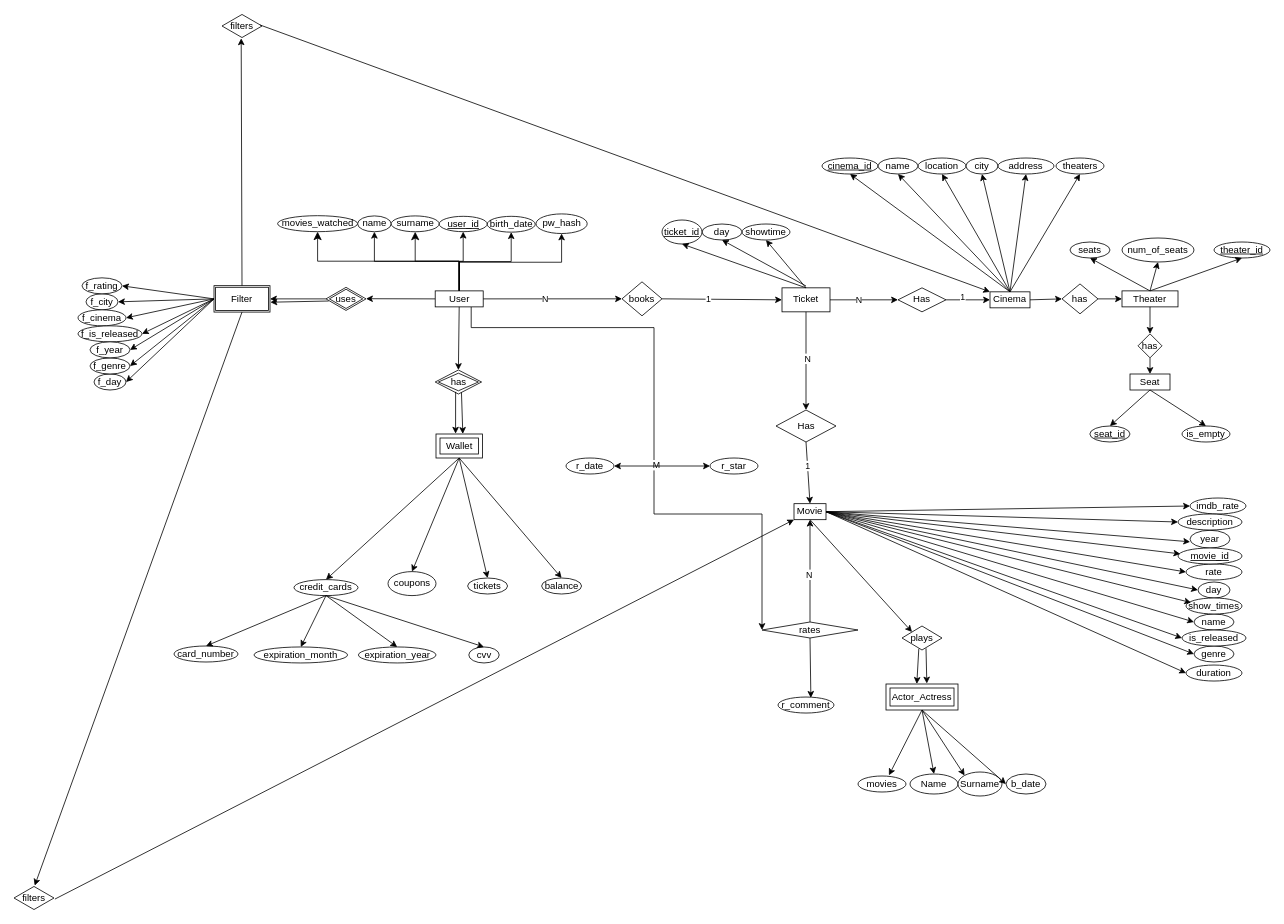
kelma01/dbms_project keeps this draw.io diagram as proje_diagram.drawio. Above is the earlier version. Source tidied: cells renumbered, new cells numbered last; positions are measured from the earlier drawing's top-left corner, leaving out a move shared by most shapes. Both pictures are drawn from the tidied source at 80%, with x=0, y=0 at pixel (14, 14).
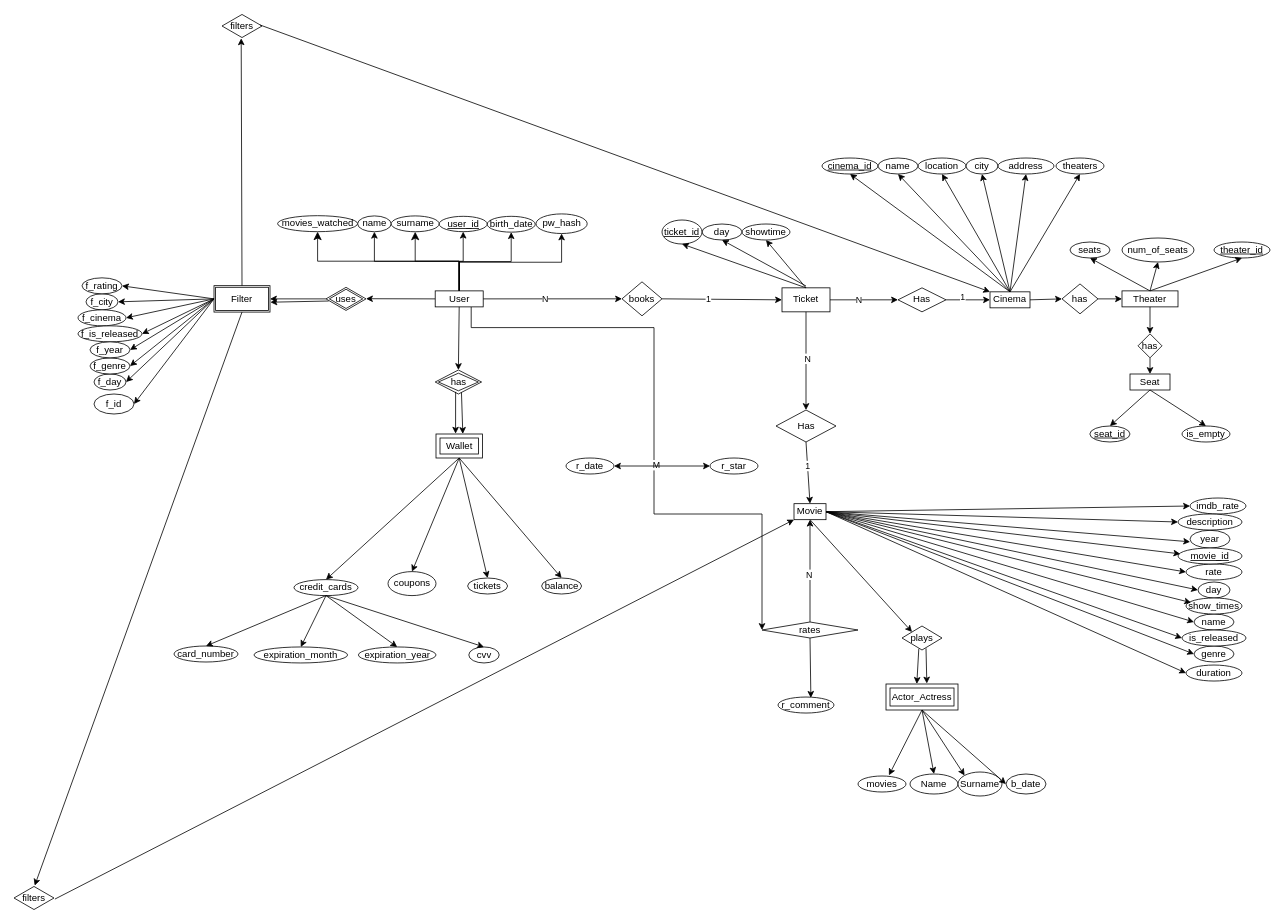
The same page after the edit.

Commit message:
filter_id eklendi

The change refers to these unchanged cells:
```xml
<mxCell id="152" value="Filter" style="shape=ext;double=1;rounded=0;whiteSpace=wrap;html=1;" parent="1" vertex="1">
  <mxGeometry x="250" y="339.6" width="70" height="33" as="geometry" />
</mxCell>
```

The edit, as a diff of the source:
```diff
@@
+    <mxCell id="163" value="f_id" style="ellipse;whiteSpace=wrap;html=1;" parent="1" vertex="1">
+      <mxGeometry x="100" y="475" width="50" height="25" as="geometry" />
+    </mxCell>
+    <mxCell id="164" style="endArrow=classic;html=1;exitX=0;exitY=0.5;exitDx=0;exitDy=0;entryX=1;entryY=0.5;entryDx=0;entryDy=0;" parent="1" edge="1" source="152" target="163">
+      <mxGeometry relative="1" as="geometry" />
+    </mxCell>
```
